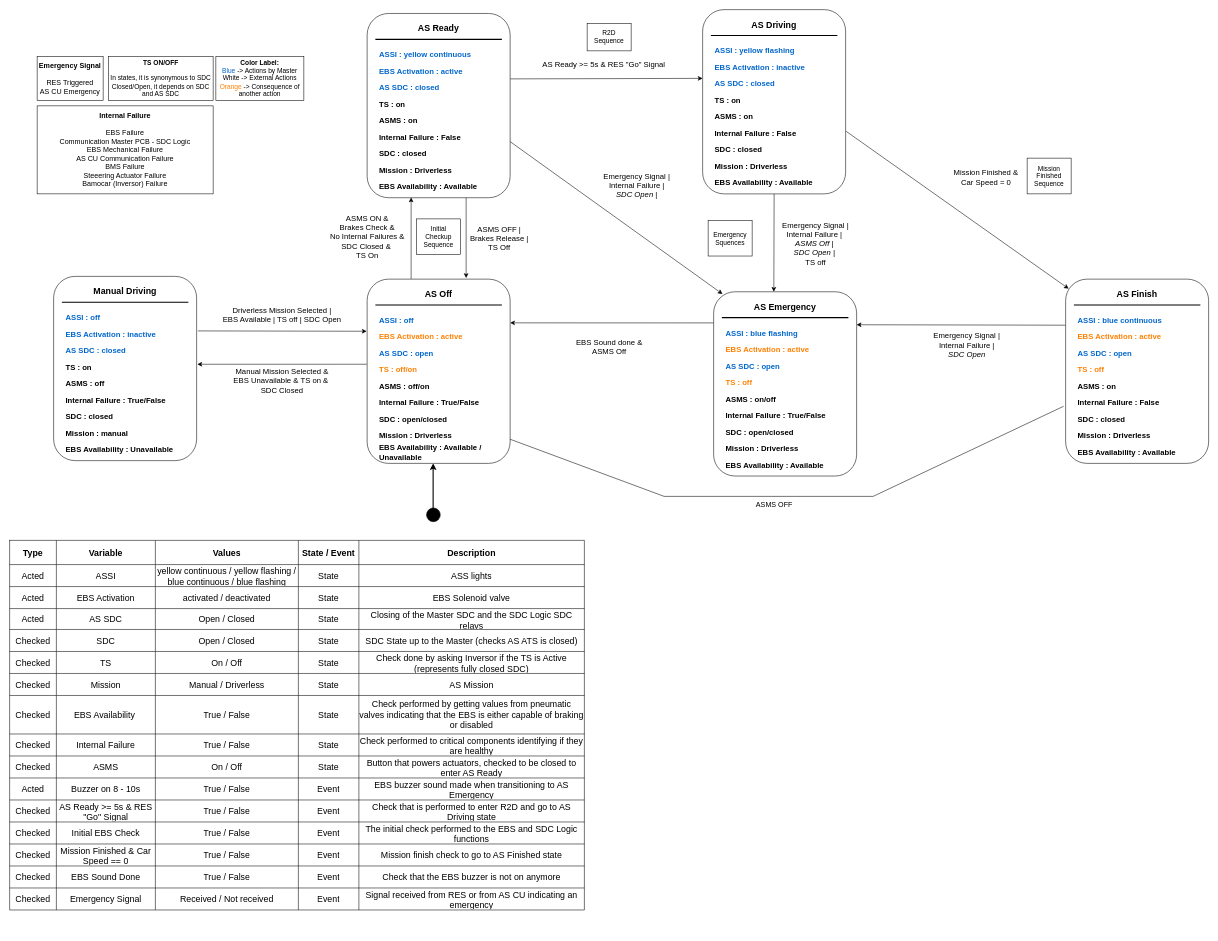
Above: docs/diagrams/Master/AS-state-machine.drawio in fs-feup/el-sw (draw.io), before the change. Source tidied: cells renumbered, new cells numbered last; positions are measured from the earlier drawing's top-left corner, leaving out a move shared by most shapes. Both pictures are drawn from the tidied source at 55%, with x=0, y=0 at pixel (9, 9).
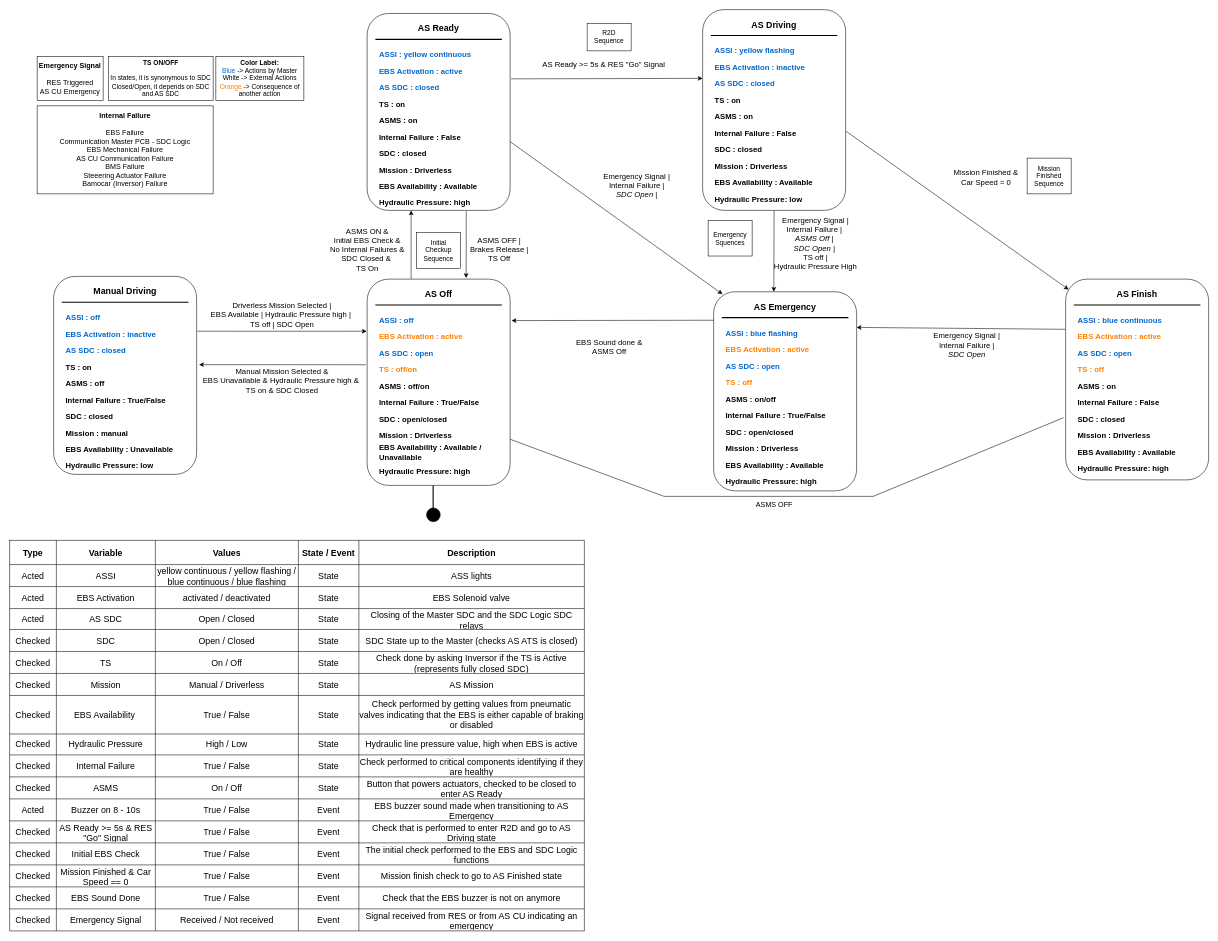
After the change.

Commit message:
fix(state-machine): added hydraulic pressure transitions

Change to the diagram source:
```diff
@@
-    <mxCell id="2" style="edgeStyle=orthogonalEdgeStyle;rounded=0;orthogonalLoop=1;jettySize=auto;html=1;" parent="1" edge="1">
+    <mxCell id="2" style="edgeStyle=orthogonalEdgeStyle;rounded=0;jettySize=auto;html=1;exitX=0.693;exitY=1.004;exitDx=0;exitDy=0;exitPerimeter=0;" parent="1" edge="1" source="3">
       <mxGeometry relative="1" as="geometry">
-        <mxPoint x="830" y="340" as="sourcePoint" />
         <mxPoint x="830" y="488" as="targetPoint" />
       </mxGeometry>
     </mxCell>
     <mxCell id="3" style="rounded=1;whiteSpace=wrap;html=1;" parent="1" vertex="1">
-      <mxGeometry x="650" y="7" width="260" height="335" as="geometry" />
+      <mxGeometry x="650" y="7" width="260" height="358" as="geometry" />
     </mxCell>
@@
-    <mxCell id="10" value="&lt;font style=&quot;font-size: 14px;&quot;&gt;ASMS ON&lt;/font&gt;&amp;nbsp;&lt;span style=&quot;font-size: 14px;&quot;&gt;&amp;amp;&lt;/span&gt;&lt;br style=&quot;border-color: var(--border-color); font-size: 14px;&quot;&gt;&lt;span style=&quot;font-size: 14px;&quot;&gt;Brakes Check&amp;nbsp;&lt;/span&gt;&lt;span style=&quot;font-size: 14px;&quot;&gt;&amp;amp;&lt;/span&gt;&lt;div&gt;&lt;font style=&quot;font-size: 14px;&quot;&gt;No Internal Failures &amp;amp;&lt;/font&gt;&lt;br style=&quot;border-color: var(--border-color); font-size: 14px;&quot;&gt;&lt;span style=&quot;font-size: 14px;&quot;&gt;SDC Closed &amp;amp;&amp;nbsp;&lt;/span&gt;&lt;div&gt;&lt;span style=&quot;font-size: 14px;&quot;&gt;TS On&lt;/span&gt;&lt;/div&gt;&lt;/div&gt;" style="text;html=1;align=center;verticalAlign=middle;strokeColor=none;fillColor=none;fontStyle=0;" parent="1" vertex="1">
-      <mxGeometry x="570" y="363" width="160" height="100" as="geometry" />
+    <mxCell id="10" value="&lt;font style=&quot;font-size: 14px;&quot;&gt;ASMS ON&lt;/font&gt;&amp;nbsp;&lt;span style=&quot;font-size: 14px;&quot;&gt;&amp;amp;&lt;/span&gt;&lt;br style=&quot;border-color: var(--border-color); font-size: 14px;&quot;&gt;&lt;span style=&quot;font-size: 14px;&quot;&gt;Initial EBS Check&amp;nbsp;&lt;/span&gt;&lt;span style=&quot;font-size: 14px;&quot;&gt;&amp;amp;&lt;br&gt;&lt;/span&gt;&lt;div&gt;&lt;font style=&quot;font-size: 14px;&quot;&gt;No Internal Failures &amp;amp;&lt;/font&gt;&lt;br style=&quot;border-color: var(--border-color); font-size: 14px;&quot;&gt;&lt;span style=&quot;font-size: 14px;&quot;&gt;SDC Closed &amp;amp;&amp;nbsp;&lt;/span&gt;&lt;div&gt;&lt;span style=&quot;font-size: 14px;&quot;&gt;TS On&lt;/span&gt;&lt;/div&gt;&lt;/div&gt;" style="text;html=1;align=center;verticalAlign=middle;strokeColor=none;fillColor=none;fontStyle=0;" parent="1" vertex="1">
+      <mxGeometry x="575" y="385.5" width="150" height="100" as="geometry" />
     </mxCell>
-    <mxCell id="11" style="edgeStyle=orthogonalEdgeStyle;rounded=0;jettySize=auto;html=1;exitX=-0.003;exitY=0.462;exitDx=0;exitDy=0;entryX=1.005;entryY=0.477;entryDx=0;entryDy=0;entryPerimeter=0;exitPerimeter=0;" parent="1" edge="1" source="179" target="191">
+    <mxCell id="11" style="edgeStyle=orthogonalEdgeStyle;rounded=0;jettySize=auto;html=1;exitX=-0.009;exitY=0.415;exitDx=0;exitDy=0;entryX=1.017;entryY=0.446;entryDx=0;entryDy=0;entryPerimeter=0;exitPerimeter=0;" parent="1" edge="1" source="179" target="191">
       <mxGeometry relative="1" as="geometry" />
     </mxCell>
     <mxCell id="12" value="&lt;font style=&quot;font-size: 14px;&quot;&gt;ASMS OFF |&lt;br&gt;Brakes Release |&lt;/font&gt;&lt;div&gt;&lt;font style=&quot;font-size: 14px;&quot;&gt;TS Off&lt;/font&gt;&lt;/div&gt;" style="text;html=1;align=center;verticalAlign=middle;strokeColor=none;fillColor=none;fontStyle=0;" parent="1" vertex="1">
-      <mxGeometry x="825" y="385.5" width="130" height="60" as="geometry" />
+      <mxGeometry x="825" y="405.5" width="130" height="60" as="geometry" />
     </mxCell>
-    <mxCell id="13" value="&lt;span style=&quot;font-size: 14px;&quot;&gt;Driverless Mission Selected |&lt;br&gt;&lt;/span&gt;&lt;div&gt;&lt;span style=&quot;font-size: 14px;&quot;&gt;EBS Available | TS off | SDC Open&lt;/span&gt;&lt;span style=&quot;font-size: 14px;&quot;&gt;&lt;br&gt;&lt;/span&gt;&lt;/div&gt;" style="text;html=1;align=center;verticalAlign=middle;strokeColor=none;fillColor=none;fontStyle=0;" parent="1" vertex="1">
-      <mxGeometry x="375" y="530" width="240" height="50" as="geometry" />
+    <mxCell id="13" value="&lt;span style=&quot;font-size: 14px;&quot;&gt;Driverless Mission Selected |&lt;br&gt;&lt;/span&gt;&lt;div&gt;&lt;span style=&quot;font-size: 14px;&quot;&gt;EBS Available | Hydraulic Pressure high |&amp;nbsp;&lt;/span&gt;&lt;/div&gt;&lt;div&gt;&lt;span style=&quot;font-size: 14px;&quot;&gt;TS off | SDC Open&lt;/span&gt;&lt;span style=&quot;font-size: 14px;&quot;&gt;&lt;br&gt;&lt;/span&gt;&lt;/div&gt;" style="text;html=1;align=center;verticalAlign=middle;strokeColor=none;fillColor=none;fontStyle=0;" parent="1" vertex="1">
+      <mxGeometry x="365" y="525" width="260" height="60" as="geometry" />
     </mxCell>
-    <mxCell id="14" value="&lt;span style=&quot;font-size: 14px;&quot;&gt;Manual Mission Selected &amp;amp;&lt;br&gt;&lt;/span&gt;&lt;div&gt;&lt;span style=&quot;font-size: 14px;&quot;&gt;EBS Unavailable &amp;amp; TS on &amp;amp;&amp;nbsp;&lt;/span&gt;&lt;/div&gt;&lt;div&gt;&lt;span style=&quot;font-size: 14px;&quot;&gt;SDC Closed&lt;/span&gt;&lt;/div&gt;" style="text;html=1;align=center;verticalAlign=middle;strokeColor=none;fillColor=none;fontStyle=0;" parent="1" vertex="1">
-      <mxGeometry x="395" y="645" width="200" height="60" as="geometry" />
+    <mxCell id="14" value="&lt;span style=&quot;font-size: 14px;&quot;&gt;Manual Mission Selected &amp;amp;&lt;br&gt;&lt;/span&gt;&lt;div&gt;&lt;span style=&quot;font-size: 14px;&quot;&gt;EBS Unavailable &amp;amp; Hydraulic Pressure high &amp;amp;&amp;nbsp;&lt;/span&gt;&lt;/div&gt;&lt;div&gt;&lt;span style=&quot;font-size: 14px;&quot;&gt;TS on &amp;amp;&amp;nbsp;&lt;/span&gt;&lt;span style=&quot;font-size: 14px; background-color: initial;&quot;&gt;SDC Closed&lt;/span&gt;&lt;/div&gt;" style="text;html=1;align=center;verticalAlign=middle;strokeColor=none;fillColor=none;fontStyle=0;" parent="1" vertex="1">
+      <mxGeometry x="350" y="645" width="290" height="60" as="geometry" />
     </mxCell>
-    <mxCell id="15" style="endArrow=classic;html=1;rounded=0;exitX=1.001;exitY=0.355;exitDx=0;exitDy=0;entryX=0;entryY=0.25;entryDx=0;entryDy=0;exitPerimeter=0;" parent="1" edge="1" source="3">
+    <mxCell id="15" style="endArrow=classic;html=1;rounded=0;exitX=1.007;exitY=0.332;exitDx=0;exitDy=0;entryX=0;entryY=0.25;entryDx=0;entryDy=0;exitPerimeter=0;" parent="1" edge="1" source="3">
       <mxGeometry relative="1" as="geometry">
         <mxPoint x="1260" y="125" as="targetPoint" />
       </mxGeometry>
     </mxCell>
@@
-    <mxCell id="21" style="endArrow=classic;html=1;rounded=0;entryX=1;entryY=0.25;entryDx=0;entryDy=0;exitX=0;exitY=0.169;exitDx=0;exitDy=0;exitPerimeter=0;" parent="1" edge="1" source="166">
-      <mxGeometry relative="1" as="geometry">
-        <mxPoint x="910" y="569.5" as="targetPoint" />
-      </mxGeometry>
+    <mxCell id="21" style="endArrow=classic;html=1;rounded=0;entryX=1.01;entryY=0.201;entryDx=0;entryDy=0;exitX=0.005;exitY=0.143;exitDx=0;exitDy=0;exitPerimeter=0;entryPerimeter=0;" parent="1" edge="1" source="166" target="179">
+      <mxGeometry relative="1" as="geometry" />
     </mxCell>
@@
-    <mxCell id="27" style="endArrow=classic;html=1;rounded=0;entryX=-0.003;entryY=0.311;entryDx=0;entryDy=0;exitX=1.009;exitY=0.296;exitDx=0;exitDy=0;exitPerimeter=0;entryPerimeter=0;" parent="1" edge="1" source="191">
+    <mxCell id="27" style="endArrow=classic;html=1;rounded=0;entryX=-0.003;entryY=0.311;entryDx=0;entryDy=0;entryPerimeter=0;exitX=1.005;exitY=0.277;exitDx=0;exitDy=0;exitPerimeter=0;" parent="1" edge="1" source="191">
       <mxGeometry relative="1" as="geometry">
         <mxPoint x="649.2" y="584.8" as="targetPoint" />
       </mxGeometry>
     </mxCell>
@@
-    <mxCell id="31" value="&lt;font style=&quot;font-size: 14px;&quot;&gt;Emergency Signal |&lt;br&gt;Internal Failure |&amp;nbsp;&lt;br&gt;&lt;i&gt;ASMS Off |&amp;nbsp;&lt;/i&gt;&lt;/font&gt;&lt;div&gt;&lt;font style=&quot;font-size: 14px;&quot;&gt;&lt;i&gt;SDC Open |&lt;/i&gt;&amp;nbsp;&lt;/font&gt;&lt;/div&gt;&lt;div&gt;&lt;font style=&quot;font-size: 14px;&quot;&gt;TS off&lt;/font&gt;&lt;/div&gt;" style="text;html=1;align=center;verticalAlign=middle;strokeColor=none;fillColor=none;fontStyle=0;fontSize=13;" parent="1" vertex="1">
-      <mxGeometry x="1395" y="375" width="140" height="100" as="geometry" />
+    <mxCell id="31" value="&lt;font style=&quot;font-size: 14px;&quot;&gt;Emergency Signal |&lt;br&gt;Internal Failure |&amp;nbsp;&lt;br&gt;&lt;i&gt;ASMS Off |&amp;nbsp;&lt;/i&gt;&lt;/font&gt;&lt;div&gt;&lt;font style=&quot;font-size: 14px;&quot;&gt;&lt;i&gt;SDC Open |&lt;/i&gt;&amp;nbsp;&lt;/font&gt;&lt;/div&gt;&lt;div&gt;&lt;font style=&quot;font-size: 14px;&quot;&gt;TS off |&lt;br&gt;Hydraulic Pressure High&lt;/font&gt;&lt;/div&gt;" style="text;html=1;align=center;verticalAlign=middle;strokeColor=none;fillColor=none;fontStyle=0;fontSize=13;" parent="1" vertex="1">
+      <mxGeometry x="1385" y="370" width="160" height="110" as="geometry" />
     </mxCell>
     <mxCell id="32" value="&lt;div&gt;Initial&lt;/div&gt;&lt;div&gt;Checkup&lt;/div&gt;&lt;div&gt;Sequence&lt;br&gt;&lt;/div&gt;" style="text;html=1;align=center;verticalAlign=middle;whiteSpace=wrap;rounded=0;strokeColor=default;" parent="1" vertex="1">
-      <mxGeometry x="740" y="380.5" width="80" height="65" as="geometry" />
+      <mxGeometry x="740" y="405.5" width="80" height="65" as="geometry" />
     </mxCell>
@@
     <mxCell id="40" style="shape=table;startSize=0;childLayout=tableLayout;fontSize=16;" parent="1" vertex="1">
-      <mxGeometry y="965" width="1045" height="672" as="geometry" />
+      <mxGeometry y="965" width="1045" height="710" as="geometry" />
     </mxCell>
@@
+    <mxCell id="203" style="shape=tableRow;horizontal=0;startSize=0;swimlaneHead=0;swimlaneBody=0;strokeColor=inherit;top=0;left=0;bottom=0;right=0;fillColor=none;fontSize=16;" parent="40" vertex="1">
+      <mxGeometry y="352" width="1045" height="38" as="geometry" />
+    </mxCell>
+    <mxCell id="204" value="Checked" style="shape=partialRectangle;html=1;whiteSpace=wrap;strokeColor=inherit;overflow=hidden;fillColor=none;top=0;left=0;bottom=0;right=0;fontSize=16;" parent="203" vertex="1">
+      <mxGeometry width="85" height="38" as="geometry" />
+    </mxCell>
+    <mxCell id="205" value="Hydraulic Pressure" style="shape=partialRectangle;html=1;whiteSpace=wrap;strokeColor=inherit;overflow=hidden;fillColor=none;top=0;left=0;bottom=0;right=0;fontSize=16;" parent="203" vertex="1">
+      <mxGeometry x="85" width="180" height="38" as="geometry" />
+    </mxCell>
+    <mxCell id="206" value="High / Low" style="shape=partialRectangle;html=1;whiteSpace=wrap;strokeColor=inherit;overflow=hidden;fillColor=none;top=0;left=0;bottom=0;right=0;fontSize=16;" parent="203" vertex="1">
+      <mxGeometry x="265" width="260" height="38" as="geometry" />
+    </mxCell>
+    <mxCell id="207" value="State" style="shape=partialRectangle;html=1;whiteSpace=wrap;strokeColor=inherit;overflow=hidden;fillColor=none;top=0;left=0;bottom=0;right=0;fontSize=16;" parent="203" vertex="1">
+      <mxGeometry x="525" width="110" height="38" as="geometry" />
+    </mxCell>
+    <mxCell id="208" value="Hydraulic line pressure value, high when EBS is active" style="shape=partialRectangle;html=1;whiteSpace=wrap;strokeColor=inherit;overflow=hidden;fillColor=none;top=0;left=0;bottom=0;right=0;fontSize=16;" parent="203" vertex="1">
+      <mxGeometry x="635" width="410" height="38" as="geometry" />
+    </mxCell>
     <mxCell id="89" style="shape=tableRow;horizontal=0;startSize=0;swimlaneHead=0;swimlaneBody=0;strokeColor=inherit;top=0;left=0;bottom=0;right=0;fillColor=none;fontSize=16;" parent="40" vertex="1">
-      <mxGeometry y="352" width="1045" height="40" as="geometry" />
+      <mxGeometry y="390" width="1045" height="40" as="geometry" />
     </mxCell>
@@
     <mxCell id="95" style="shape=tableRow;horizontal=0;startSize=0;swimlaneHead=0;swimlaneBody=0;strokeColor=inherit;top=0;left=0;bottom=0;right=0;fillColor=none;fontSize=16;" parent="40" vertex="1">
-      <mxGeometry y="392" width="1045" height="40" as="geometry" />
+      <mxGeometry y="430" width="1045" height="40" as="geometry" />
     </mxCell>
@@
     <mxCell id="101" style="shape=tableRow;horizontal=0;startSize=0;swimlaneHead=0;swimlaneBody=0;strokeColor=inherit;top=0;left=0;bottom=0;right=0;fillColor=none;fontSize=16;" parent="40" vertex="1">
-      <mxGeometry y="432" width="1045" height="40" as="geometry" />
+      <mxGeometry y="470" width="1045" height="40" as="geometry" />
     </mxCell>
@@
     <mxCell id="107" style="shape=tableRow;horizontal=0;startSize=0;swimlaneHead=0;swimlaneBody=0;strokeColor=inherit;top=0;left=0;bottom=0;right=0;fillColor=none;fontSize=16;" parent="40" vertex="1">
-      <mxGeometry y="472" width="1045" height="40" as="geometry" />
+      <mxGeometry y="510" width="1045" height="40" as="geometry" />
     </mxCell>
@@
     <mxCell id="113" style="shape=tableRow;horizontal=0;startSize=0;swimlaneHead=0;swimlaneBody=0;strokeColor=inherit;top=0;left=0;bottom=0;right=0;fillColor=none;fontSize=16;" parent="40" vertex="1">
-      <mxGeometry y="512" width="1045" height="40" as="geometry" />
+      <mxGeometry y="550" width="1045" height="40" as="geometry" />
     </mxCell>
@@
     <mxCell id="119" style="shape=tableRow;horizontal=0;startSize=0;swimlaneHead=0;swimlaneBody=0;strokeColor=inherit;top=0;left=0;bottom=0;right=0;fillColor=none;fontSize=16;" parent="40" vertex="1">
-      <mxGeometry y="552" width="1045" height="40" as="geometry" />
+      <mxGeometry y="590" width="1045" height="40" as="geometry" />
     </mxCell>
@@
     <mxCell id="125" style="shape=tableRow;horizontal=0;startSize=0;swimlaneHead=0;swimlaneBody=0;strokeColor=inherit;top=0;left=0;bottom=0;right=0;fillColor=none;fontSize=16;" parent="40" vertex="1">
-      <mxGeometry y="592" width="1045" height="40" as="geometry" />
+      <mxGeometry y="630" width="1045" height="40" as="geometry" />
     </mxCell>
@@
     <mxCell id="131" style="shape=tableRow;horizontal=0;startSize=0;swimlaneHead=0;swimlaneBody=0;strokeColor=inherit;top=0;left=0;bottom=0;right=0;fillColor=none;fontSize=16;" parent="40" vertex="1">
-      <mxGeometry y="632" width="1045" height="40" as="geometry" />
+      <mxGeometry y="670" width="1045" height="40" as="geometry" />
     </mxCell>
@@
     <mxCell id="142" style="rounded=1;whiteSpace=wrap;html=1;" parent="1" vertex="1">
-      <mxGeometry x="1260" width="260" height="335" as="geometry" />
+      <mxGeometry x="1260" width="260" height="365" as="geometry" />
     </mxCell>
@@
     <mxCell id="154" style="rounded=1;whiteSpace=wrap;html=1;" parent="1" vertex="1">
-      <mxGeometry x="1920" y="490" width="260" height="335" as="geometry" />
+      <mxGeometry x="1920" y="490" width="260" height="365" as="geometry" />
     </mxCell>
@@
     <mxCell id="166" style="rounded=1;whiteSpace=wrap;html=1;" parent="1" vertex="1">
-      <mxGeometry x="1280" y="513" width="260" height="335" as="geometry" />
+      <mxGeometry x="1280" y="513" width="260" height="362" as="geometry" />
     </mxCell>
@@
     <mxCell id="178" style="edgeStyle=orthogonalEdgeStyle;rounded=0;orthogonalLoop=1;jettySize=auto;html=1;" parent="1" edge="1">
       <mxGeometry relative="1" as="geometry">
         <mxPoint x="730" y="489.5" as="sourcePoint" />
-        <mxPoint x="730" y="341.5" as="targetPoint" />
+        <mxPoint x="730" y="365" as="targetPoint" />
       </mxGeometry>
     </mxCell>
     <mxCell id="179" style="rounded=1;whiteSpace=wrap;html=1;" parent="1" vertex="1">
-      <mxGeometry x="650" y="490" width="260" height="335" as="geometry" />
+      <mxGeometry x="650" y="490" width="260" height="375" as="geometry" />
     </mxCell>
@@
     <mxCell id="191" style="rounded=1;whiteSpace=wrap;html=1;" parent="1" vertex="1">
-      <mxGeometry x="80" y="485" width="260" height="335" as="geometry" />
+      <mxGeometry x="80" y="485" width="260" height="360" as="geometry" />
     </mxCell>
@@
+    <mxCell id="209" value="Hydraulic Pressure: high" style="text;html=1;strokeColor=none;fillColor=none;align=left;verticalAlign=middle;whiteSpace=wrap;rounded=0;fontSize=14;fontStyle=1;" parent="1" vertex="1">
+      <mxGeometry x="670" y="335" width="230" height="30" as="geometry" />
+    </mxCell>
+    <mxCell id="210" value="Hydraulic Pressure: low" style="text;html=1;strokeColor=none;fillColor=none;align=left;verticalAlign=middle;whiteSpace=wrap;rounded=0;fontSize=14;fontStyle=1;" parent="1" vertex="1">
+      <mxGeometry x="1280" y="330" width="230" height="30" as="geometry" />
+    </mxCell>
+    <mxCell id="211" value="Hydraulic Pressure: high" style="text;html=1;strokeColor=none;fillColor=none;align=left;verticalAlign=middle;whiteSpace=wrap;rounded=0;fontSize=14;fontStyle=1;" parent="1" vertex="1">
+      <mxGeometry x="1300" y="843" width="230" height="30" as="geometry" />
+    </mxCell>
+    <mxCell id="212" value="Hydraulic Pressure: high" style="text;html=1;strokeColor=none;fillColor=none;align=left;verticalAlign=middle;whiteSpace=wrap;rounded=0;fontSize=14;fontStyle=1;" parent="1" vertex="1">
+      <mxGeometry x="1940" y="820" width="230" height="30" as="geometry" />
+    </mxCell>
+    <mxCell id="213" value="Hydraulic Pressure: high" style="text;html=1;strokeColor=none;fillColor=none;align=left;verticalAlign=middle;whiteSpace=wrap;rounded=0;fontSize=14;fontStyle=1;" parent="1" vertex="1">
+      <mxGeometry x="670" y="825" width="230" height="30" as="geometry" />
+    </mxCell>
+    <mxCell id="214" value="Hydraulic Pressure: low" style="text;html=1;strokeColor=none;fillColor=none;align=left;verticalAlign=middle;whiteSpace=wrap;rounded=0;fontSize=14;fontStyle=1;" parent="1" vertex="1">
+      <mxGeometry x="100" y="813" width="230" height="30" as="geometry" />
+    </mxCell>
```
